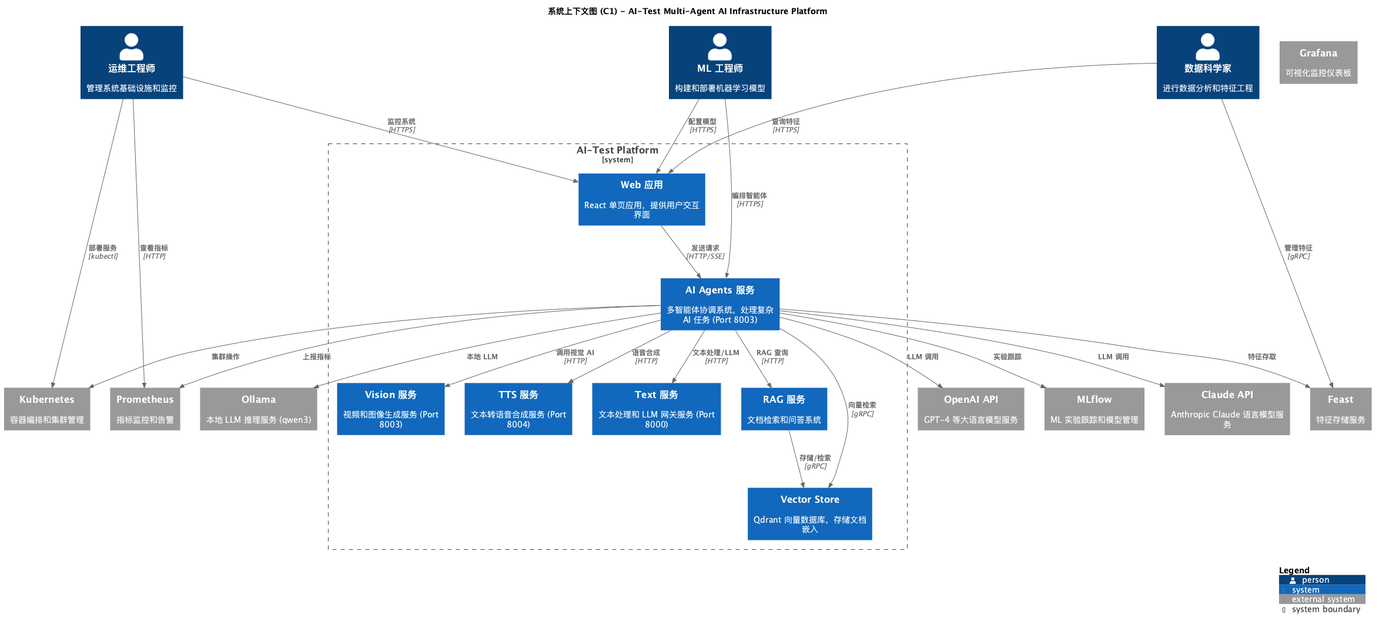
Above: ai/docs/c4/png/C4-Context.png in felixzhu97/explore-workspace (PlantUML), before the change. The source it was exported from:
```plantuml
@startuml C4-Context
!include https://raw.githubusercontent.com/plantuml-stdlib/C4-PlantUML/master/C4_Context.puml

LAYOUT_WITH_LEGEND()

title 系统上下文图 (C1) - AI-Test Multi-Agent AI Infrastructure Platform

Person(ml_engineer, "ML 工程师", "构建和部署机器学习模型")
Person(devops_engineer, "运维工程师", "管理系统基础设施和监控")
Person(data_scientist, "数据科学家", "进行数据分析和特征工程")

System_Boundary(ai_platform, "AI-Test Platform") {
    System(web_app, "Web 应用", "React 单页应用，提供用户交互界面")
    System(ai_agents_service, "AI Agents 服务", "多智能体协调系统，处理复杂 AI 任务 (Port 8003)")
    System(vision_service, "Vision 服务", "视频和图像生成服务 (Port 8003)")
    System(tts_service, "TTS 服务", "文本转语音合成服务 (Port 8004)")
    System(text_service, "Text 服务", "文本处理和 LLM 网关服务 (Port 8000)")
    System(rag_service, "RAG 服务", "文档检索和问答系统")
    System(vector_store, "Vector Store", "Qdrant 向量数据库，存储文档嵌入")
}

System_Ext(openai_api, "OpenAI API", "GPT-4 等大语言模型服务")
System_Ext(claude_api, "Claude API", "Anthropic Claude 语言模型服务")
System_Ext(ollama, "Ollama", "本地 LLM 推理服务 (qwen3)")
System_Ext(kubernetes, "Kubernetes", "容器编排和集群管理")
System_Ext(prometheus, "Prometheus", "指标监控和告警")
System_Ext(grafana, "Grafana", "可视化监控仪表板")
System_Ext(mlflow, "MLflow", "ML 实验跟踪和模型管理")
System_Ext(feast, "Feast", "特征存储服务")

Rel(ml_engineer, web_app, "配置模型", "HTTPS")
Rel(ml_engineer, ai_agents_service, "编排智能体", "HTTPS")
Rel(devops_engineer, web_app, "监控系统", "HTTPS")
Rel(devops_engineer, kubernetes, "部署服务", "kubectl")
Rel(devops_engineer, prometheus, "查看指标", "HTTP")
Rel(data_scientist, web_app, "查询特征", "HTTPS")
Rel(data_scientist, feast, "管理特征", "gRPC")

Rel(web_app, ai_agents_service, "发送请求", "HTTP/SSE")
Rel(ai_agents_service, vision_service, "调用视觉 AI", "HTTP")
Rel(ai_agents_service, tts_service, "语音合成", "HTTP")
Rel(ai_agents_service, text_service, "文本处理/LLM", "HTTP")
Rel(ai_agents_service, rag_service, "RAG 查询", "HTTP")
Rel(ai_agents_service, vector_store, "向量检索", "gRPC")
Rel(rag_service, vector_store, "存储/检索", "gRPC")

Rel(ai_agents_service, openai_api, "LLM 调用")
Rel(ai_agents_service, claude_api, "LLM 调用")
Rel(ai_agents_service, ollama, "本地 LLM")

Rel(ai_agents_service, mlflow, "实验跟踪")
Rel(ai_agents_service, feast, "特征存取")
Rel(ai_agents_service, prometheus, "上报指标")
Rel(ai_agents_service, kubernetes, "集群操作")

SHOW_LEGEND()
@enduml
```
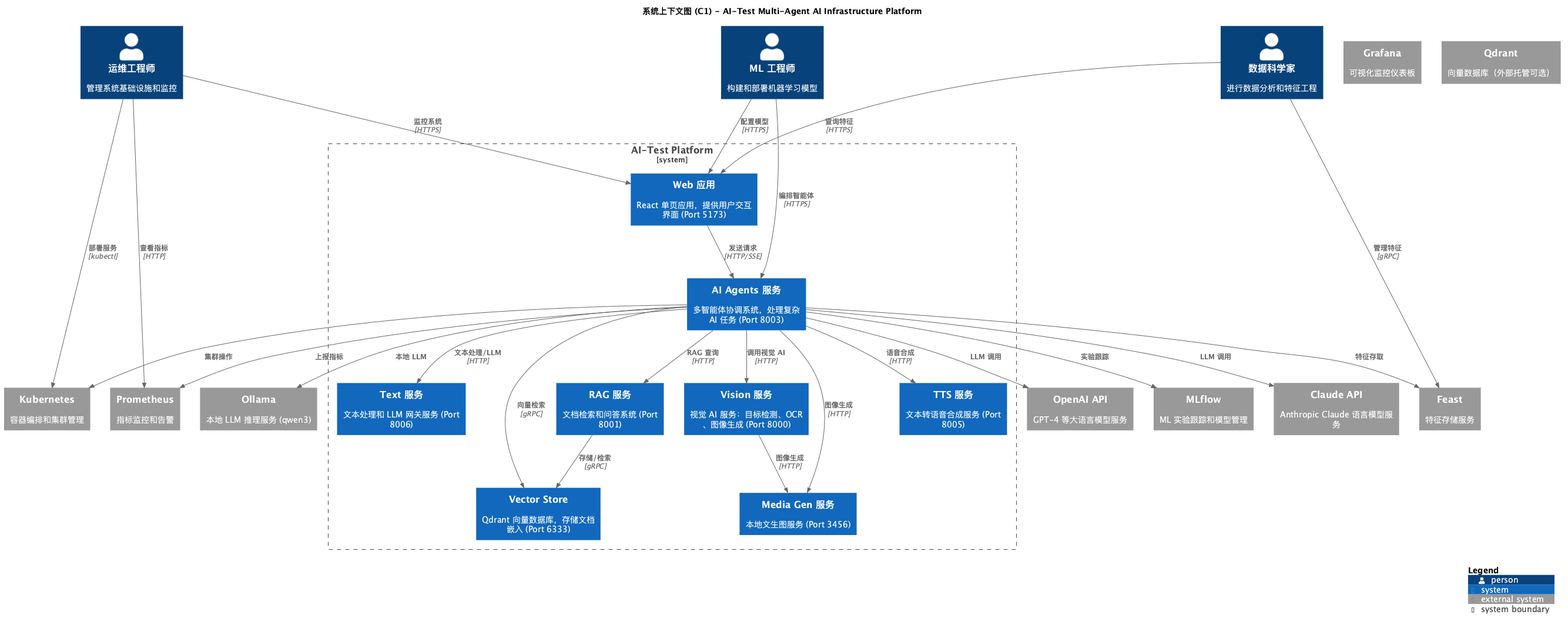
The same diagram one commit later.

What changed in the source:
```diff
@@ -10,13 +10,14 @@
 Person(data_scientist, "数据科学家", "进行数据分析和特征工程")
 
 System_Boundary(ai_platform, "AI-Test Platform") {
-    System(web_app, "Web 应用", "React 单页应用，提供用户交互界面")
+    System(web_app, "Web 应用", "React 单页应用，提供用户交互界面 (Port 5173)")
     System(ai_agents_service, "AI Agents 服务", "多智能体协调系统，处理复杂 AI 任务 (Port 8003)")
-    System(vision_service, "Vision 服务", "视频和图像生成服务 (Port 8003)")
-    System(tts_service, "TTS 服务", "文本转语音合成服务 (Port 8004)")
-    System(text_service, "Text 服务", "文本处理和 LLM 网关服务 (Port 8000)")
-    System(rag_service, "RAG 服务", "文档检索和问答系统")
-    System(vector_store, "Vector Store", "Qdrant 向量数据库，存储文档嵌入")
+    System(vision_service, "Vision 服务", "视觉 AI 服务：目标检测、OCR、图像生成 (Port 8000)")
+    System(tts_service, "TTS 服务", "文本转语音合成服务 (Port 8005)")
+    System(text_service, "Text 服务", "文本处理和 LLM 网关服务 (Port 8006)")
+    System(rag_service, "RAG 服务", "文档检索和问答系统 (Port 8001)")
+    System(media_gen_service, "Media Gen 服务", "本地文生图服务 (Port 3456)")
+    System(vector_store, "Vector Store", "Qdrant 向量数据库，存储文档嵌入 (Port 6333)")
 }
 
 System_Ext(openai_api, "OpenAI API", "GPT-4 等大语言模型服务")
@@ -27,6 +28,7 @@
 System_Ext(grafana, "Grafana", "可视化监控仪表板")
 System_Ext(mlflow, "MLflow", "ML 实验跟踪和模型管理")
 System_Ext(feast, "Feast", "特征存储服务")
+System_Ext(qdrant, "Qdrant", "向量数据库（外部托管可选）")
 
 Rel(ml_engineer, web_app, "配置模型", "HTTPS")
 Rel(ml_engineer, ai_agents_service, "编排智能体", "HTTPS")
@@ -41,8 +43,10 @@
 Rel(ai_agents_service, tts_service, "语音合成", "HTTP")
 Rel(ai_agents_service, text_service, "文本处理/LLM", "HTTP")
 Rel(ai_agents_service, rag_service, "RAG 查询", "HTTP")
+Rel(ai_agents_service, media_gen_service, "图像生成", "HTTP")
 Rel(ai_agents_service, vector_store, "向量检索", "gRPC")
 Rel(rag_service, vector_store, "存储/检索", "gRPC")
+Rel(vision_service, media_gen_service, "图像生成", "HTTP")
 
 Rel(ai_agents_service, openai_api, "LLM 调用")
 Rel(ai_agents_service, claude_api, "LLM 调用")
```
